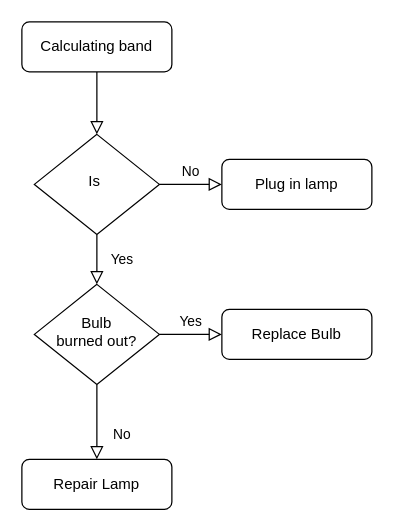
This is First-day3.drawio from PurpleState/100DaysOfCode, a draw.io file, before an edit. Source tidied: cells renumbered, new cells numbered last; positions are measured from the earlier drawing's top-left corner, leaving out a move shared by most shapes. Both pictures are drawn from the tidied source at 125%, with x=0, y=0 at pixel (21, 21).
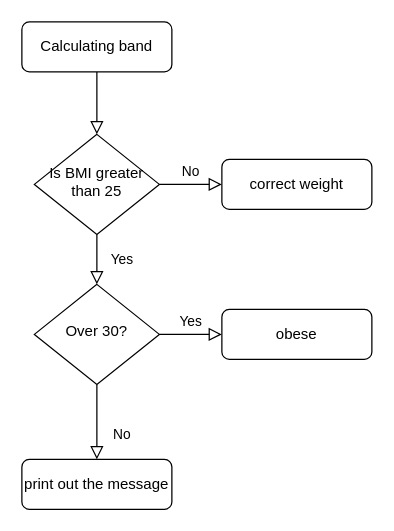
The same page after the edit.

The edit, as a diff of the source:
```diff
@@
 <mxGraphModel>
   <root>
     <mxCell id="0" />
     <mxCell id="1" parent="0" />
     <mxCell id="2" style="rounded=0;html=1;jettySize=auto;fontSize=11;endArrow=block;endFill=0;endSize=8;strokeWidth=1;shadow=0;labelBackgroundColor=none;edgeStyle=orthogonalEdgeStyle;" parent="1" edge="1" source="3" target="6">
       <mxGeometry relative="1" as="geometry" />
     </mxCell>
     <mxCell id="3" value="Calculating band" style="rounded=1;whiteSpace=wrap;html=1;fontSize=12;glass=0;strokeWidth=1;shadow=0;" parent="1" vertex="1">
       <mxGeometry width="120" height="40" as="geometry" />
     </mxCell>
     <mxCell id="4" value="Yes" style="rounded=0;html=1;jettySize=auto;fontSize=11;endArrow=block;endFill=0;endSize=8;strokeWidth=1;shadow=0;labelBackgroundColor=none;edgeStyle=orthogonalEdgeStyle;" parent="1" edge="1" source="6" target="10">
       <mxGeometry y="20" relative="1" as="geometry" />
     </mxCell>
     <mxCell id="5" value="No" style="edgeStyle=orthogonalEdgeStyle;rounded=0;html=1;jettySize=auto;fontSize=11;endArrow=block;endFill=0;endSize=8;strokeWidth=1;shadow=0;labelBackgroundColor=none;" parent="1" edge="1" source="6" target="7">
       <mxGeometry y="10" relative="1" as="geometry" />
     </mxCell>
-    <mxCell id="6" value="Is&amp;nbsp;" style="rhombus;whiteSpace=wrap;html=1;shadow=0;fontFamily=Helvetica;fontSize=12;align=center;strokeWidth=1;spacing=6;spacingTop=-4;" parent="1" vertex="1">
+    <mxCell id="6" value="Is BMI greater than 25" style="rhombus;whiteSpace=wrap;html=1;shadow=0;fontFamily=Helvetica;fontSize=12;align=center;strokeWidth=1;spacing=6;spacingTop=-4;" parent="1" vertex="1">
       <mxGeometry x="10" y="90" width="100" height="80" as="geometry" />
     </mxCell>
-    <mxCell id="7" value="Plug in lamp" style="rounded=1;whiteSpace=wrap;html=1;fontSize=12;glass=0;strokeWidth=1;shadow=0;" parent="1" vertex="1">
+    <mxCell id="7" value="correct weight" style="rounded=1;whiteSpace=wrap;html=1;fontSize=12;glass=0;strokeWidth=1;shadow=0;" parent="1" vertex="1">
       <mxGeometry x="160" y="110" width="120" height="40" as="geometry" />
     </mxCell>
     <mxCell id="8" value="No" style="rounded=0;html=1;jettySize=auto;fontSize=11;endArrow=block;endFill=0;endSize=8;strokeWidth=1;shadow=0;labelBackgroundColor=none;edgeStyle=orthogonalEdgeStyle;" parent="1" edge="1" source="10" target="11">
       <mxGeometry x="0.33" y="20" relative="1" as="geometry" />
     </mxCell>
     <mxCell id="9" value="Yes" style="edgeStyle=orthogonalEdgeStyle;rounded=0;html=1;jettySize=auto;fontSize=11;endArrow=block;endFill=0;endSize=8;strokeWidth=1;shadow=0;labelBackgroundColor=none;" parent="1" edge="1" source="10" target="12">
       <mxGeometry y="10" relative="1" as="geometry" />
     </mxCell>
-    <mxCell id="10" value="Bulb&lt;br&gt;burned out?" style="rhombus;whiteSpace=wrap;html=1;shadow=0;fontFamily=Helvetica;fontSize=12;align=center;strokeWidth=1;spacing=6;spacingTop=-4;" parent="1" vertex="1">
+    <mxCell id="10" value="Over 30?" style="rhombus;whiteSpace=wrap;html=1;shadow=0;fontFamily=Helvetica;fontSize=12;align=center;strokeWidth=1;spacing=6;spacingTop=-4;" parent="1" vertex="1">
       <mxGeometry x="10" y="210" width="100" height="80" as="geometry" />
     </mxCell>
-    <mxCell id="11" value="Repair Lamp" style="rounded=1;whiteSpace=wrap;html=1;fontSize=12;glass=0;strokeWidth=1;shadow=0;" parent="1" vertex="1">
+    <mxCell id="11" value="print out the message" style="rounded=1;whiteSpace=wrap;html=1;fontSize=12;glass=0;strokeWidth=1;shadow=0;" parent="1" vertex="1">
       <mxGeometry y="350" width="120" height="40" as="geometry" />
     </mxCell>
-    <mxCell id="12" value="Replace Bulb" style="rounded=1;whiteSpace=wrap;html=1;fontSize=12;glass=0;strokeWidth=1;shadow=0;" parent="1" vertex="1">
+    <mxCell id="12" value="obese" style="rounded=1;whiteSpace=wrap;html=1;fontSize=12;glass=0;strokeWidth=1;shadow=0;" parent="1" vertex="1">
       <mxGeometry x="160" y="230" width="120" height="40" as="geometry" />
     </mxCell>
   </root>
 </mxGraphModel>
```
